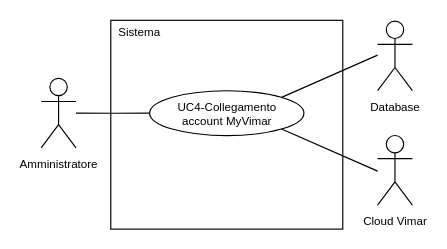
This is 2-RTB/Documenti_esterni/Analisi_dei_requisiti/draw.io/UC4.drawio from SnakeByteTeam/snakebyteteam.github.io, a draw.io file, before an edit. Source tidied: cells renumbered, new cells numbered last; positions are measured from the earlier drawing's top-left corner, leaving out a move shared by most shapes. Both pictures are drawn from the tidied source at 116%, with x=0, y=0 at pixel (41, 20).
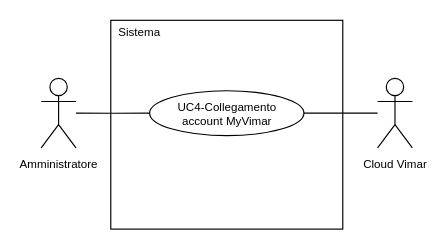
After the change.

The edit, as a diff of the source:
```diff
@@
 <mxGraphModel>
   <root>
     <mxCell id="0" />
     <mxCell id="1" parent="0" />
     <mxCell id="2" value="&lt;font style=&quot;font-size: 10px; line-height: 100%;&quot;&gt;Amministratore&lt;/font&gt;" style="shape=umlActor;verticalLabelPosition=bottom;verticalAlign=top;html=1;outlineConnect=0;" parent="1" vertex="1">
       <mxGeometry y="50" width="30" height="60" as="geometry" />
     </mxCell>
     <mxCell id="3" style="rounded=0;whiteSpace=wrap;html=1;" parent="1" vertex="1">
       <mxGeometry x="60" width="200" height="180" as="geometry" />
     </mxCell>
     <mxCell id="4" style="edgeStyle=orthogonalEdgeStyle;rounded=0;jettySize=auto;html=1;exitX=0;exitY=0.5;exitDx=0;exitDy=0;endArrow=none;endFill=0;" parent="1" edge="1" source="5" target="2">
       <mxGeometry relative="1" as="geometry" />
     </mxCell>
     <mxCell id="5" value="&lt;div style=&quot;line-height: 100%;&quot;&gt;&lt;div&gt;&lt;font style=&quot;line-height: 100%; font-size: 10px;&quot;&gt;UC4-Collegamento&lt;/font&gt;&lt;/div&gt;&lt;div&gt;&lt;font style=&quot;line-height: 100%; font-size: 10px;&quot;&gt;account MyVimar&lt;/font&gt;&lt;/div&gt;&lt;/div&gt;" style="ellipse;whiteSpace=wrap;html=1;" parent="1" vertex="1">
       <mxGeometry x="93.5" y="60.7" width="133" height="38.7" as="geometry" />
     </mxCell>
     <mxCell id="6" value="&lt;font style=&quot;font-size: 10px;&quot;&gt;Sistema&lt;/font&gt;" style="text;html=1;whiteSpace=wrap;strokeColor=none;fillColor=none;align=center;verticalAlign=middle;rounded=0;" parent="1" vertex="1">
       <mxGeometry x="60" width="50" height="20" as="geometry" />
     </mxCell>
-    <mxCell id="7" style="rounded=0;jettySize=auto;html=1;entryX=1;entryY=1;entryDx=0;entryDy=0;endArrow=none;endFill=0;" parent="1" edge="1" target="5">
-      <mxGeometry relative="1" as="geometry">
-        <mxPoint x="290" y="130" as="sourcePoint" />
-      </mxGeometry>
+    <mxCell id="7" style="rounded=0;jettySize=auto;html=1;entryX=1;entryY=0.5;entryDx=0;entryDy=0;endArrow=none;endFill=0;" parent="1" edge="1" source="8" target="5">
+      <mxGeometry relative="1" as="geometry" />
     </mxCell>
     <mxCell id="8" value="&lt;span style=&quot;font-size: 10px;&quot;&gt;Cloud Vimar&lt;/span&gt;" style="shape=umlActor;verticalLabelPosition=bottom;verticalAlign=top;html=1;outlineConnect=0;" parent="1" vertex="1">
-      <mxGeometry x="290" y="99.3" width="30" height="60" as="geometry" />
+      <mxGeometry x="290" y="50" width="30" height="60" as="geometry" />
     </mxCell>
-    <mxCell id="9" style="rounded=0;jettySize=auto;html=1;entryX=1;entryY=0;entryDx=0;entryDy=0;endArrow=none;endFill=0;" parent="1" edge="1" target="5">
-      <mxGeometry relative="1" as="geometry">
-        <mxPoint x="290" y="30" as="sourcePoint" />
-      </mxGeometry>
-    </mxCell>
-    <mxCell id="10" value="&lt;span style=&quot;font-size: 10px;&quot;&gt;Database&lt;/span&gt;" style="shape=umlActor;verticalLabelPosition=bottom;verticalAlign=top;html=1;" parent="1" vertex="1">
-      <mxGeometry x="290" y="0.7" width="30" height="60" as="geometry" />
-    </mxCell>
   </root>
 </mxGraphModel>
```
